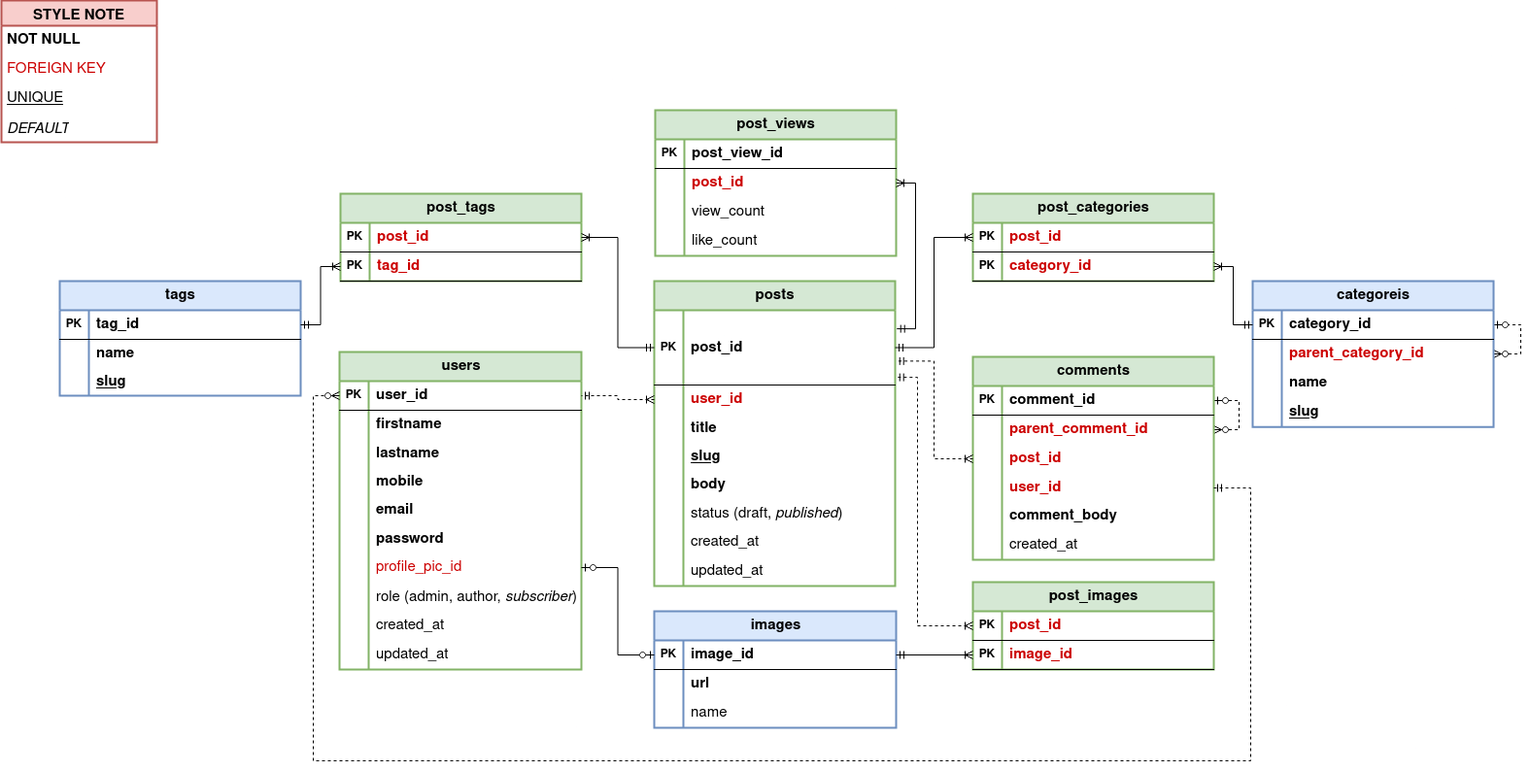
Earlier version of the draw.io export assets/rdm.png (ttasc/sgublogsite). Source tidied: cells renumbered, new cells last; positions are measured from the earlier drawing's top-left corner, leaving out a move shared by most shapes.
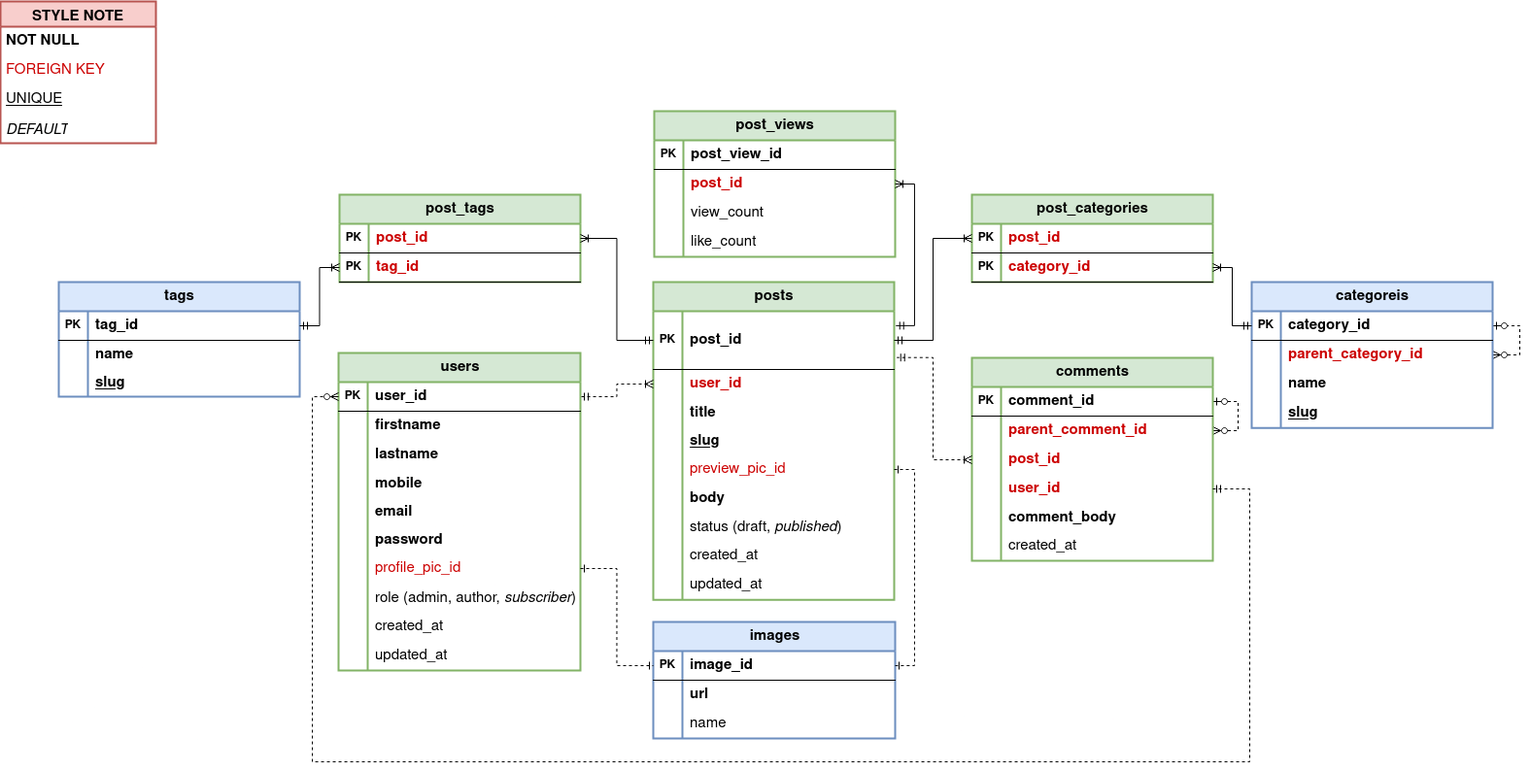
After the commit.

Commit message:
remove post_images table

What changed in the source:
```diff
@@ -3,7 +3,7 @@
     <mxCell id="0" />
     <mxCell id="1" parent="0" />
     <mxCell id="2" value="&lt;font style=&quot;font-size: 15px;&quot;&gt;images&lt;/font&gt;" style="shape=table;startSize=30;rowLines=0;fontStyle=1;align=center;html=1;fillColor=#dae8fc;strokeColor=#6c8ebf;strokeWidth=2;" parent="1" vertex="1">
-      <mxGeometry x="672" y="629" width="249" height="120" as="geometry" />
+      <mxGeometry x="672" y="639" width="249" height="120" as="geometry" />
     </mxCell>
     <mxCell id="3" style="shape=tableRow;horizontal=0;startSize=0;swimlaneHead=0;swimlaneBody=0;fillColor=none;points=[[0,0.5],[1,0.5]];portConstraint=eastwest;top=0;left=0;right=0;bottom=1;" parent="2" vertex="1">
       <mxGeometry y="30" width="249" height="30" as="geometry" />
@@ -142,19 +142,19 @@
       <mxGeometry x="30" width="219" height="30" as="geometry" />
     </mxCell>
     <mxCell id="45" value="&lt;font&gt;&lt;b&gt;posts&lt;/b&gt;&lt;/font&gt;" style="shape=table;startSize=30;rowLines=0;fontStyle=0;align=center;html=1;fillColor=#d5e8d4;strokeColor=#82b366;fontSize=15;strokeWidth=2;" parent="1" vertex="1">
-      <mxGeometry x="672" y="289" width="248" height="314" as="geometry" />
+      <mxGeometry x="672" y="289" width="248" height="327.2" as="geometry" />
     </mxCell>
     <mxCell id="46" style="shape=tableRow;horizontal=0;startSize=0;swimlaneHead=0;swimlaneBody=0;fillColor=none;points=[[0,0.5],[1,0.5]];portConstraint=eastwest;top=0;left=0;right=0;bottom=1;" parent="45" vertex="1">
-      <mxGeometry y="30" width="248" height="77" as="geometry" />
+      <mxGeometry y="30" width="248" height="60" as="geometry" />
     </mxCell>
     <mxCell id="47" value="PK" style="shape=partialRectangle;fillColor=none;top=0;left=0;bottom=0;right=0;fontStyle=1;overflow=hidden;whiteSpace=wrap;html=1;" parent="46" vertex="1">
-      <mxGeometry width="30" height="77" as="geometry" />
+      <mxGeometry width="30" height="60" as="geometry" />
     </mxCell>
     <mxCell id="48" value="post_id" style="shape=partialRectangle;fillColor=none;top=0;left=0;bottom=0;right=0;align=left;spacingLeft=6;fontStyle=1;overflow=hidden;whiteSpace=wrap;html=1;fontSize=15;" parent="46" vertex="1">
-      <mxGeometry x="30" width="218" height="77" as="geometry" />
+      <mxGeometry x="30" width="218" height="60" as="geometry" />
     </mxCell>
     <mxCell id="49" style="shape=tableRow;horizontal=0;startSize=0;swimlaneHead=0;swimlaneBody=0;fillColor=none;points=[[0,0.5],[1,0.5]];portConstraint=eastwest;top=0;left=0;right=0;bottom=0;" parent="45" vertex="1">
-      <mxGeometry y="107" width="248" height="30" as="geometry" />
+      <mxGeometry y="90" width="248" height="30" as="geometry" />
     </mxCell>
     <mxCell id="50" style="shape=partialRectangle;fillColor=none;top=0;left=0;bottom=0;right=0;overflow=hidden;whiteSpace=wrap;html=1;" parent="49" vertex="1">
       <mxGeometry width="30" height="30" as="geometry" />
@@ -163,7 +163,7 @@
       <mxGeometry x="30" width="218" height="30" as="geometry" />
     </mxCell>
     <mxCell id="52" style="shape=tableRow;horizontal=0;startSize=0;swimlaneHead=0;swimlaneBody=0;fillColor=none;top=0;left=0;right=0;bottom=0;" parent="45" vertex="1">
-      <mxGeometry y="137" width="248" height="29" as="geometry" />
+      <mxGeometry y="120" width="248" height="29" as="geometry" />
     </mxCell>
     <mxCell id="53" style="shape=partialRectangle;fillColor=none;top=0;left=0;bottom=0;right=0;overflow=hidden;whiteSpace=wrap;html=1;" parent="52" vertex="1">
       <mxGeometry width="30" height="29" as="geometry" />
@@ -172,7 +172,7 @@
       <mxGeometry x="30" width="218" height="29" as="geometry" />
     </mxCell>
     <mxCell id="55" style="shape=tableRow;horizontal=0;startSize=0;swimlaneHead=0;swimlaneBody=0;fillColor=none;top=0;left=0;right=0;bottom=0;" parent="45" vertex="1">
-      <mxGeometry y="166" width="248" height="29" as="geometry" />
+      <mxGeometry y="149" width="248" height="29" as="geometry" />
     </mxCell>
     <mxCell id="56" style="shape=partialRectangle;fillColor=none;top=0;left=0;bottom=0;right=0;overflow=hidden;whiteSpace=wrap;html=1;" parent="55" vertex="1">
       <mxGeometry width="30" height="29" as="geometry" />
@@ -180,8 +180,17 @@
     <mxCell id="57" value="slug" style="shape=partialRectangle;fillColor=none;top=0;left=0;bottom=0;right=0;align=left;spacingLeft=6;overflow=hidden;whiteSpace=wrap;html=1;fontColor=light-dark(#000000,#000000);fontStyle=5;fontSize=15;" parent="55" vertex="1">
       <mxGeometry x="30" width="218" height="29" as="geometry" />
     </mxCell>
+    <mxCell id="162" style="shape=tableRow;horizontal=0;startSize=0;swimlaneHead=0;swimlaneBody=0;fillColor=none;points=[[0,0.5],[1,0.5]];portConstraint=eastwest;top=0;left=0;right=0;bottom=0;" parent="45" vertex="1">
+      <mxGeometry y="178" width="248" height="30" as="geometry" />
+    </mxCell>
+    <mxCell id="163" style="shape=partialRectangle;fillColor=none;top=0;left=0;bottom=0;right=0;overflow=hidden;whiteSpace=wrap;html=1;" parent="162" vertex="1">
+      <mxGeometry width="30" height="30" as="geometry" />
+    </mxCell>
+    <mxCell id="164" value="preview_pic_id" style="shape=partialRectangle;fillColor=none;top=0;left=0;bottom=0;right=0;align=left;spacingLeft=6;overflow=hidden;whiteSpace=wrap;html=1;fontColor=light-dark(#CC0000,#000000);fontStyle=0;fontSize=15;" parent="162" vertex="1">
+      <mxGeometry x="30" width="218" height="30" as="geometry" />
+    </mxCell>
     <mxCell id="58" style="shape=tableRow;horizontal=0;startSize=0;swimlaneHead=0;swimlaneBody=0;fillColor=none;top=0;left=0;right=0;bottom=0;" parent="45" vertex="1">
-      <mxGeometry y="195" width="248" height="29" as="geometry" />
+      <mxGeometry y="208" width="248" height="29" as="geometry" />
     </mxCell>
     <mxCell id="59" style="shape=partialRectangle;fillColor=none;top=0;left=0;bottom=0;right=0;overflow=hidden;whiteSpace=wrap;html=1;" parent="58" vertex="1">
       <mxGeometry width="30" height="29" as="geometry" />
@@ -190,7 +199,7 @@
       <mxGeometry x="30" width="218" height="29" as="geometry" />
     </mxCell>
     <mxCell id="61" style="shape=tableRow;horizontal=0;startSize=0;swimlaneHead=0;swimlaneBody=0;fillColor=none;top=0;left=0;right=0;bottom=0;" parent="45" vertex="1">
-      <mxGeometry y="224" width="248" height="30" as="geometry" />
+      <mxGeometry y="237" width="248" height="30" as="geometry" />
     </mxCell>
     <mxCell id="62" style="shape=partialRectangle;fillColor=none;top=0;left=0;bottom=0;right=0;overflow=hidden;whiteSpace=wrap;html=1;" parent="61" vertex="1">
       <mxGeometry width="30" height="30" as="geometry" />
@@ -199,7 +208,7 @@
       <mxGeometry x="30" width="218" height="30" as="geometry" />
     </mxCell>
     <mxCell id="64" style="shape=tableRow;horizontal=0;startSize=0;swimlaneHead=0;swimlaneBody=0;fillColor=none;top=0;left=0;right=0;bottom=0;" parent="45" vertex="1">
-      <mxGeometry y="254" width="248" height="30" as="geometry" />
+      <mxGeometry y="267" width="248" height="30" as="geometry" />
     </mxCell>
     <mxCell id="65" style="shape=partialRectangle;fillColor=none;top=0;left=0;bottom=0;right=0;overflow=hidden;whiteSpace=wrap;html=1;" parent="64" vertex="1">
       <mxGeometry width="30" height="30" as="geometry" />
@@ -208,7 +217,7 @@
       <mxGeometry x="30" width="218" height="30" as="geometry" />
     </mxCell>
     <mxCell id="67" style="shape=tableRow;horizontal=0;startSize=0;swimlaneHead=0;swimlaneBody=0;fillColor=none;top=0;left=0;right=0;bottom=0;" parent="45" vertex="1">
-      <mxGeometry y="284" width="248" height="30" as="geometry" />
+      <mxGeometry y="297" width="248" height="30" as="geometry" />
     </mxCell>
     <mxCell id="68" style="shape=partialRectangle;fillColor=none;top=0;left=0;bottom=0;right=0;overflow=hidden;whiteSpace=wrap;html=1;" parent="67" vertex="1">
       <mxGeometry width="30" height="30" as="geometry" />
@@ -216,27 +225,6 @@
     <mxCell id="69" value="updated_at" style="shape=partialRectangle;fillColor=none;top=0;left=0;bottom=0;right=0;align=left;spacingLeft=6;overflow=hidden;whiteSpace=wrap;html=1;fontSize=15;fontColor=light-dark(#000000,#FFFFFF);" parent="67" vertex="1">
       <mxGeometry x="30" width="218" height="30" as="geometry" />
     </mxCell>
-    <mxCell id="70" value="&lt;font style=&quot;font-size: 15px;&quot;&gt;&lt;b&gt;post_images&lt;/b&gt;&lt;/font&gt;" style="shape=table;startSize=30;rowLines=0;fontStyle=0;align=center;html=1;fillColor=#d5e8d4;strokeColor=#82b366;strokeWidth=2;" parent="1" vertex="1">
-      <mxGeometry x="1000" y="599" width="248" height="90" as="geometry" />
-    </mxCell>
-    <mxCell id="71" style="shape=tableRow;horizontal=0;startSize=0;swimlaneHead=0;swimlaneBody=0;fillColor=none;points=[[0,0.5],[1,0.5]];portConstraint=eastwest;top=0;left=0;right=0;bottom=1;" parent="70" vertex="1">
-      <mxGeometry y="30" width="248" height="30" as="geometry" />
-    </mxCell>
-    <mxCell id="72" value="PK" style="shape=partialRectangle;fillColor=none;top=0;left=0;bottom=0;right=0;fontStyle=1;overflow=hidden;whiteSpace=wrap;html=1;" parent="71" vertex="1">
-      <mxGeometry width="30" height="30" as="geometry" />
-    </mxCell>
-    <mxCell id="73" value="post_id" style="shape=partialRectangle;fillColor=none;top=0;left=0;bottom=0;right=0;align=left;spacingLeft=6;fontStyle=1;overflow=hidden;whiteSpace=wrap;html=1;fontSize=15;fontColor=#CC0000;" parent="71" vertex="1">
-      <mxGeometry x="30" width="218" height="30" as="geometry" />
-    </mxCell>
-    <mxCell id="74" style="shape=tableRow;horizontal=0;startSize=0;swimlaneHead=0;swimlaneBody=0;fillColor=none;points=[[0,0.5],[1,0.5]];portConstraint=eastwest;top=0;left=0;right=0;bottom=1;" parent="70" vertex="1">
-      <mxGeometry y="60" width="248" height="30" as="geometry" />
-    </mxCell>
-    <mxCell id="75" value="PK" style="shape=partialRectangle;fillColor=none;top=0;left=0;bottom=0;right=0;fontStyle=1;overflow=hidden;whiteSpace=wrap;html=1;" parent="74" vertex="1">
-      <mxGeometry width="30" height="30" as="geometry" />
-    </mxCell>
-    <mxCell id="76" value="image_id" style="shape=partialRectangle;fillColor=none;top=0;left=0;bottom=0;right=0;align=left;spacingLeft=6;fontStyle=1;overflow=hidden;whiteSpace=wrap;html=1;fontSize=15;fontColor=#CC0000;" parent="74" vertex="1">
-      <mxGeometry x="30" width="218" height="30" as="geometry" />
-    </mxCell>
     <mxCell id="77" value="&lt;font style=&quot;font-size: 15px;&quot;&gt;&lt;b&gt;comments&lt;/b&gt;&lt;/font&gt;" style="shape=table;startSize=30;rowLines=0;fontStyle=0;align=center;html=1;fillColor=#d5e8d4;strokeColor=#82b366;strokeWidth=2;fillStyle=auto;" parent="1" vertex="1">
       <mxGeometry x="1000" y="367" width="248" height="209" as="geometry" />
     </mxCell>
@@ -453,21 +441,10 @@
     <mxCell id="148" style="edgeStyle=orthogonalEdgeStyle;rounded=0;jettySize=auto;html=1;exitX=0;exitY=0.5;exitDx=0;exitDy=0;entryX=1;entryY=0.5;entryDx=0;entryDy=0;endArrow=ERoneToMany;endFill=0;startArrow=ERmandOne;startFill=0;strokeWidth=1;" parent="1" edge="1" source="97" target="113">
       <mxGeometry relative="1" as="geometry" />
     </mxCell>
-    <mxCell id="149" style="edgeStyle=orthogonalEdgeStyle;rounded=0;jettySize=auto;html=1;exitX=1;exitY=0.5;exitDx=0;exitDy=0;entryX=0;entryY=0.5;entryDx=0;entryDy=0;startArrow=ERzeroToOne;startFill=0;endArrow=ERzeroToOne;endFill=0;strokeWidth=1;" parent="1" edge="1" source="33" target="3">
+    <mxCell id="149" style="edgeStyle=orthogonalEdgeStyle;rounded=0;jettySize=auto;html=1;exitX=1;exitY=0.5;exitDx=0;exitDy=0;entryX=0;entryY=0.5;entryDx=0;entryDy=0;startArrow=ERone;startFill=0;endArrow=ERone;endFill=0;strokeWidth=1;dashed=1;" parent="1" edge="1" source="33" target="3">
       <mxGeometry relative="1" as="geometry" />
     </mxCell>
-    <mxCell id="150" style="edgeStyle=orthogonalEdgeStyle;rounded=0;jettySize=auto;html=1;exitX=0;exitY=0.5;exitDx=0;exitDy=0;entryX=1;entryY=0.5;entryDx=0;entryDy=0;endArrow=ERmandOne;endFill=0;startArrow=ERoneToMany;startFill=0;strokeWidth=1;" parent="1" edge="1" source="74" target="3">
-      <mxGeometry relative="1" as="geometry" />
-    </mxCell>
-    <mxCell id="151" style="edgeStyle=orthogonalEdgeStyle;rounded=0;jettySize=auto;html=1;exitX=0;exitY=0.5;exitDx=0;exitDy=0;entryX=1.003;entryY=0.897;entryDx=0;entryDy=0;entryPerimeter=0;startArrow=ERoneToMany;startFill=0;endArrow=ERmandOne;endFill=0;dashed=1;strokeWidth=1;" parent="1" edge="1" source="71" target="46">
-      <mxGeometry relative="1" as="geometry">
-        <Array as="points">
-          <mxPoint x="943" y="644" />
-          <mxPoint x="943" y="388" />
-        </Array>
-      </mxGeometry>
-    </mxCell>
-    <mxCell id="152" style="edgeStyle=orthogonalEdgeStyle;rounded=0;jettySize=auto;html=1;exitX=0;exitY=0.5;exitDx=0;exitDy=0;entryX=1.003;entryY=0.68;entryDx=0;entryDy=0;entryPerimeter=0;endArrow=ERmandOne;endFill=0;startArrow=ERoneToMany;startFill=0;dashed=1;strokeWidth=1;" parent="1" edge="1" source="84" target="46">
+    <mxCell id="152" style="edgeStyle=orthogonalEdgeStyle;rounded=0;jettySize=auto;html=1;exitX=0;exitY=0.5;exitDx=0;exitDy=0;endArrow=ERmandOne;endFill=0;startArrow=ERoneToMany;startFill=0;dashed=1;strokeWidth=1;entryX=1.011;entryY=0.795;entryDx=0;entryDy=0;entryPerimeter=0;" parent="1" edge="1" source="84" target="46">
       <mxGeometry relative="1" as="geometry" />
     </mxCell>
     <mxCell id="153" style="edgeStyle=orthogonalEdgeStyle;rounded=0;jettySize=auto;html=1;exitX=0;exitY=0.5;exitDx=0;exitDy=0;entryX=1;entryY=0.5;entryDx=0;entryDy=0;endArrow=ERmandOne;endFill=0;startArrow=ERoneToMany;startFill=0;strokeWidth=1;" parent="1" edge="1" source="110" target="46">
@@ -504,5 +481,8 @@
     <mxCell id="161" value="&lt;i&gt;DEFAULT&lt;/i&gt;" style="text;strokeColor=none;fillColor=none;spacingLeft=4;spacingRight=4;overflow=hidden;fontSize=15;whiteSpace=wrap;html=1;" parent="157" vertex="1">
       <mxGeometry y="116" width="160" height="30" as="geometry" />
     </mxCell>
+    <mxCell id="165" style="edgeStyle=orthogonalEdgeStyle;rounded=0;jettySize=auto;html=1;exitX=1;exitY=0.5;exitDx=0;exitDy=0;entryX=1;entryY=0.5;entryDx=0;entryDy=0;startArrow=ERone;startFill=0;endArrow=ERone;endFill=0;dashed=1;" parent="1" edge="1" source="162" target="3">
+      <mxGeometry relative="1" as="geometry" />
+    </mxCell>
   </root>
 </mxGraphModel>
```
